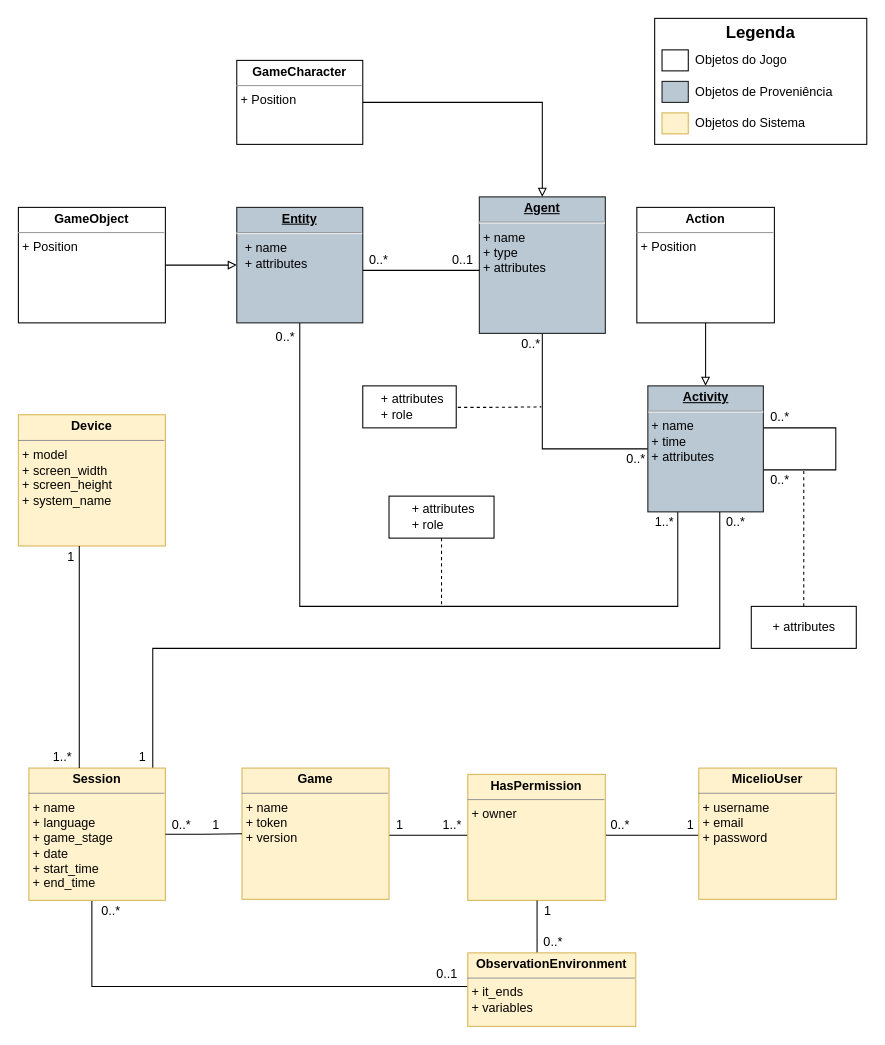
Above: page "WebAPI Class Model" (4 of 6) of Documentation/Diagramas/Modelo De Dados Proveniencia.drawio in multisens/micelio (draw.io), before the change. Source tidied: cells renumbered, new cells numbered last; positions are measured from the earlier drawing's top-left corner, leaving out a move shared by most shapes. Both pictures are drawn from the tidied source at 105%, with x=0, y=0 at pixel (18, 18).
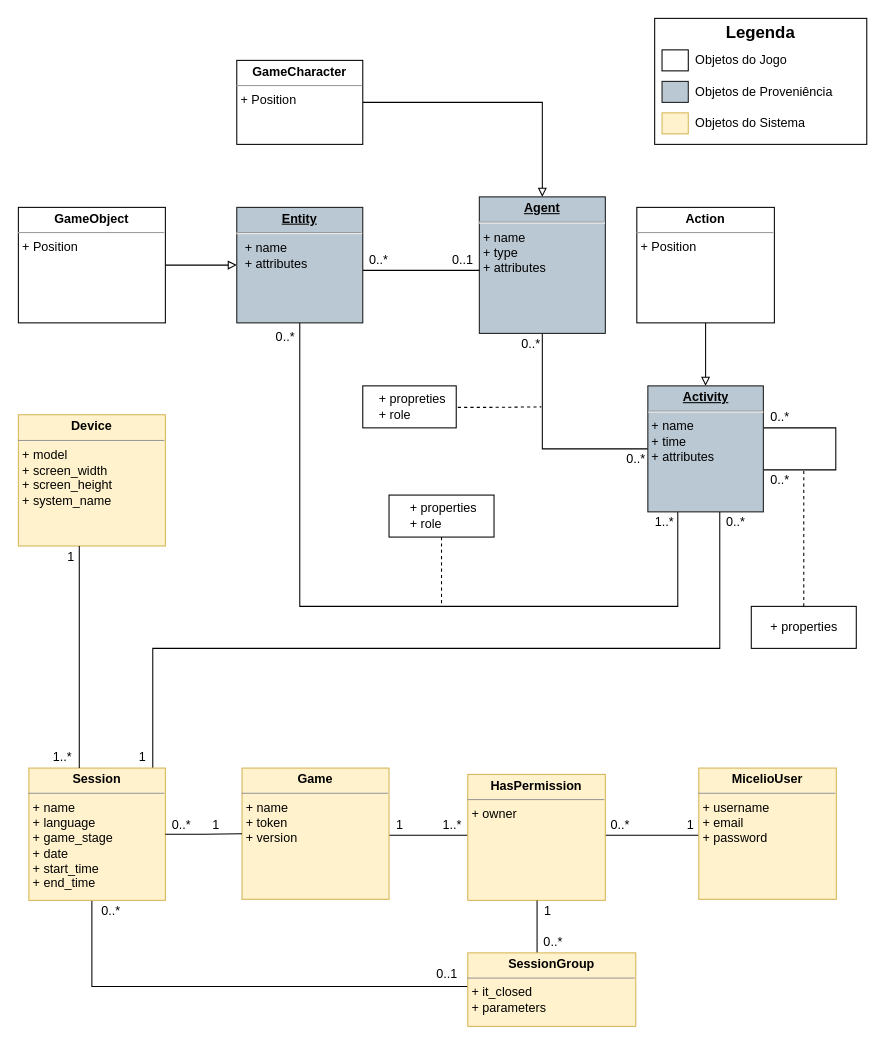
The same page after the edit.

Unchanged cells that the change refers to:
```xml
<mxCell id="46" style="shape=umlLifeline;perimeter=lifelinePerimeter;whiteSpace=wrap;html=1;rotation=-180;" parent="1" vertex="1">
  <mxGeometry x="698" y="430" width="100" height="170" as="geometry" />
</mxCell>
```

Change to the diagram source:
```diff
@@
-    <mxCell id="39" value="&lt;p style=&quot;text-align: left ; margin: 0px 0px 0px 4px&quot;&gt;+ attributes&lt;/p&gt;&lt;p style=&quot;text-align: left ; margin: 0px 0px 0px 4px&quot;&gt;+ role&lt;/p&gt;" style="shape=umlLifeline;perimeter=lifelinePerimeter;whiteSpace=wrap;html=1;" parent="1" vertex="1">
-      <mxGeometry x="353" y="455" width="100" height="105" as="geometry" />
+    <mxCell id="39" value="&lt;p style=&quot;text-align: left ; margin: 0px 0px 0px 4px&quot;&gt;+ properties&lt;/p&gt;&lt;p style=&quot;text-align: left ; margin: 0px 0px 0px 4px&quot;&gt;+ role&lt;/p&gt;" style="shape=umlLifeline;perimeter=lifelinePerimeter;whiteSpace=wrap;html=1;" parent="1" vertex="1">
+      <mxGeometry x="353" y="454" width="100" height="105" as="geometry" />
     </mxCell>
@@
-    <mxCell id="41" value="&lt;p style=&quot;text-align: left ; margin: 0px 0px 0px 4px&quot;&gt;+ attributes&lt;/p&gt;&lt;p style=&quot;text-align: left ; margin: 0px 0px 0px 4px&quot;&gt;+ role&lt;/p&gt;" style="html=1;" parent="1" vertex="1">
+    <mxCell id="41" value="&lt;p style=&quot;text-align: left ; margin: 0px 0px 0px 4px&quot;&gt;+ propreties&lt;/p&gt;&lt;p style=&quot;text-align: left ; margin: 0px 0px 0px 4px&quot;&gt;+ role&lt;/p&gt;" style="html=1;" parent="1" vertex="1">
       <mxGeometry x="328" y="350" width="89" height="40" as="geometry" />
     </mxCell>
@@
-    <mxCell id="47" value="+ attributes" style="text;html=1;align=center;verticalAlign=middle;" parent="46" vertex="1">
+    <mxCell id="47" value="+ properties" style="text;html=1;align=center;verticalAlign=middle;" parent="46" vertex="1">
       <mxGeometry x="10" y="140" width="80" height="20" as="geometry" />
     </mxCell>
@@
-    <mxCell id="54" value="&lt;p style=&quot;margin: 0px ; margin-top: 4px ; text-align: center&quot;&gt;&lt;b&gt;Observation&lt;/b&gt;&lt;b&gt;Environment&lt;/b&gt;&lt;/p&gt;&lt;hr size=&quot;1&quot;&gt;&lt;p style=&quot;margin: 0px ; margin-left: 4px&quot;&gt;&lt;span style=&quot;text-align: center&quot;&gt;+ it_ends&lt;/span&gt;&lt;br&gt;&lt;/p&gt;&lt;p style=&quot;margin: 0px ; margin-left: 4px&quot;&gt;&lt;span style=&quot;text-align: center&quot;&gt;+ variables&lt;/span&gt;&lt;/p&gt;&lt;p style=&quot;margin: 0px ; margin-left: 4px&quot;&gt;&lt;/p&gt;" style="verticalAlign=top;align=left;overflow=fill;fontSize=12;fontFamily=Helvetica;html=1;strokeColor=#d6b656;fillColor=#fff2cc;" parent="1" vertex="1">
+    <mxCell id="54" value="&lt;p style=&quot;margin: 0px ; margin-top: 4px ; text-align: center&quot;&gt;&lt;b&gt;SessionGroup&lt;/b&gt;&lt;/p&gt;&lt;hr size=&quot;1&quot;&gt;&lt;p style=&quot;margin: 0px ; margin-left: 4px&quot;&gt;&lt;span style=&quot;text-align: center&quot;&gt;+ it_closed&lt;/span&gt;&lt;br&gt;&lt;/p&gt;&lt;p style=&quot;margin: 0px ; margin-left: 4px&quot;&gt;&lt;span style=&quot;text-align: center&quot;&gt;+ parameters&lt;/span&gt;&lt;/p&gt;&lt;p style=&quot;margin: 0px ; margin-left: 4px&quot;&gt;&lt;/p&gt;" style="verticalAlign=top;align=left;overflow=fill;fontSize=12;fontFamily=Helvetica;html=1;strokeColor=#d6b656;fillColor=#fff2cc;" parent="1" vertex="1">
       <mxGeometry x="428" y="890" width="160" height="70" as="geometry" />
     </mxCell>
```
